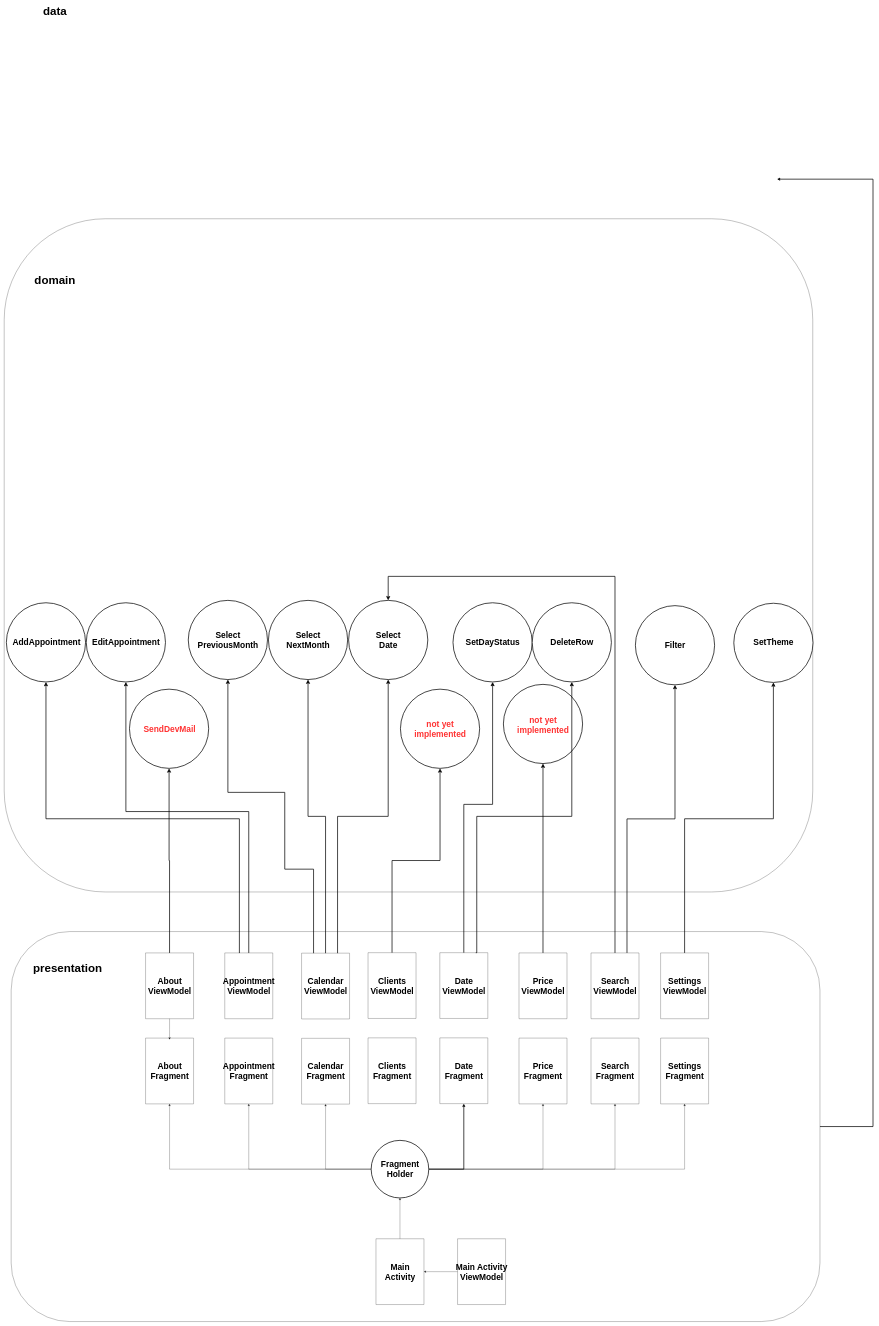
The draw.io diagram Диаграмма без названия.drawio in lemmiwinks1551/MySchedule, before the edit. Source tidied: cells renumbered, new cells numbered last; positions are measured from the earlier drawing's top-left corner, leaving out a move shared by most shapes. Both pictures are drawn from the tidied source at 24%, with x=0, y=0 at pixel (4, 6).
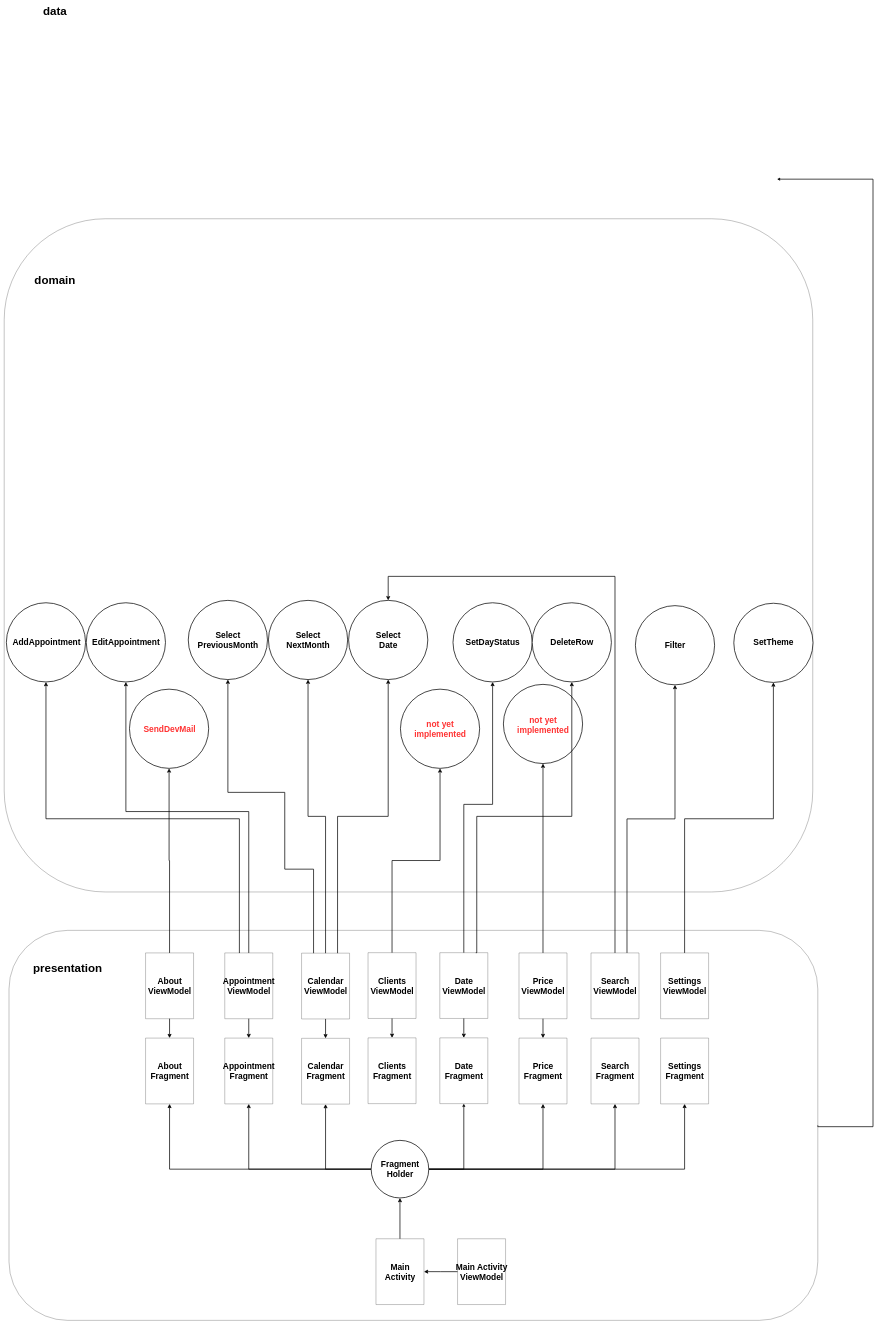
Above is the later version.

The change refers to these unchanged cells:
```xml
<mxCell id="34" style="swimlane;startSize=0;" parent="1" vertex="1">
  <mxGeometry x="1239" y="3945" width="200" height="274.1" as="geometry" />
</mxCell>
<mxCell id="35" style="swimlane;startSize=0;" parent="1" vertex="1">
  <mxGeometry x="1239" y="4299.9" width="200" height="274.1" as="geometry" />
</mxCell>
<mxCell id="39" style="swimlane;startSize=0;" parent="1" vertex="1">
  <mxGeometry x="919" y="3944" width="200" height="274.1" as="geometry" />
</mxCell>
<mxCell id="40" style="swimlane;startSize=0;" parent="1" vertex="1">
  <mxGeometry x="919" y="4298.9" width="200" height="274.1" as="geometry" />
</mxCell>
<mxCell id="44" style="swimlane;startSize=0;" parent="1" vertex="1">
  <mxGeometry x="1815" y="3943" width="200" height="274.1" as="geometry" />
</mxCell>
<mxCell id="45" style="swimlane;startSize=0;" parent="1" vertex="1">
  <mxGeometry x="1815" y="4297.9" width="200" height="274.1" as="geometry" />
</mxCell>
<mxCell id="48" style="swimlane;startSize=0;fontSize=35;" parent="1" vertex="1">
  <mxGeometry x="2145" y="3944" width="200" height="274.1" as="geometry" />
</mxCell>
<mxCell id="49" style="swimlane;startSize=0;" parent="1" vertex="1">
  <mxGeometry x="2145" y="4298.9" width="200" height="274.1" as="geometry" />
</mxCell>
<mxCell id="54" style="swimlane;startSize=0;" parent="1" vertex="1">
  <mxGeometry x="2445" y="4298.9" width="200" height="274.1" as="geometry" />
</mxCell>
<mxCell id="58" style="swimlane;startSize=0;" parent="1" vertex="1">
  <mxGeometry x="2735" y="4298.9" width="200" height="274.1" as="geometry" />
</mxCell>
<mxCell id="61" style="swimlane;startSize=0;" parent="1" vertex="1">
  <mxGeometry x="1889" y="5135" width="200" height="274.1" as="geometry" />
</mxCell>
<mxCell id="71" style="swimlane;startSize=0;" parent="1" vertex="1">
  <mxGeometry x="589" y="3944" width="200" height="274.1" as="geometry" />
</mxCell>
<mxCell id="72" style="swimlane;startSize=0;" parent="1" vertex="1">
  <mxGeometry x="589" y="4298.9" width="200" height="274.1" as="geometry" />
</mxCell>
<mxCell id="80" style="swimlane;startSize=0;" parent="1" vertex="1">
  <mxGeometry x="1549" y="5135" width="200" height="274.1" as="geometry" />
</mxCell>
<mxCell id="84" style="ellipse;whiteSpace=wrap;html=1;strokeWidth=3;fontSize=48;" parent="1" vertex="1">
  <mxGeometry x="1529" y="4725" width="240" height="240" as="geometry" />
</mxCell>
<mxCell id="88" style="swimlane;startSize=0;" parent="1" vertex="1">
  <mxGeometry x="1516" y="3943" width="200" height="274.1" as="geometry" />
</mxCell>
<mxCell id="89" style="swimlane;startSize=0;" parent="1" vertex="1">
  <mxGeometry x="1516" y="4297.9" width="200" height="274.1" as="geometry" />
</mxCell>
```

Diff of the diagram source:
```diff
@@
+    <mxCell id="16" style="rounded=1;whiteSpace=wrap;html=1;" parent="1" vertex="1">
+      <mxGeometry x="20" y="3850" width="3370" height="1625" as="geometry" />
+    </mxCell>
@@
-    <mxCell id="16" style="rounded=1;whiteSpace=wrap;html=1;" parent="1" vertex="1">
-      <mxGeometry x="29" y="3855" width="3370" height="1625" as="geometry" />
-    </mxCell>
@@
-    <mxCell id="60" style="edgeStyle=orthogonalEdgeStyle;rounded=0;jettySize=auto;html=1;entryX=1;entryY=0.5;entryDx=0;entryDy=0;fontSize=48;" parent="1" edge="1" source="61" target="80">
+    <mxCell id="60" style="edgeStyle=orthogonalEdgeStyle;rounded=0;jettySize=auto;html=1;entryX=1;entryY=0.5;entryDx=0;entryDy=0;fontSize=48;strokeWidth=3;endSize=10;" parent="1" edge="1" source="61" target="80">
       <mxGeometry relative="1" as="geometry" />
     </mxCell>
@@
-    <mxCell id="63" style="edgeStyle=orthogonalEdgeStyle;rounded=0;jettySize=auto;html=1;entryX=0.5;entryY=1;entryDx=0;entryDy=0;fontSize=48;" parent="1" edge="1" source="84" target="72">
+    <mxCell id="63" style="edgeStyle=orthogonalEdgeStyle;rounded=0;jettySize=auto;html=1;entryX=0.5;entryY=1;entryDx=0;entryDy=0;fontSize=48;endSize=10;strokeWidth=3;" parent="1" edge="1" source="84" target="72">
       <mxGeometry relative="1" as="geometry" />
     </mxCell>
-    <mxCell id="64" style="edgeStyle=orthogonalEdgeStyle;rounded=0;jettySize=auto;html=1;entryX=0.5;entryY=1;entryDx=0;entryDy=0;fontSize=48;" parent="1" edge="1" source="84" target="40">
+    <mxCell id="64" style="edgeStyle=orthogonalEdgeStyle;rounded=0;jettySize=auto;html=1;entryX=0.5;entryY=1;entryDx=0;entryDy=0;fontSize=48;strokeWidth=3;endSize=10;" parent="1" edge="1" source="84" target="40">
       <mxGeometry relative="1" as="geometry" />
     </mxCell>
-    <mxCell id="65" style="edgeStyle=orthogonalEdgeStyle;rounded=0;jettySize=auto;html=1;entryX=0.5;entryY=1;entryDx=0;entryDy=0;fontSize=48;" parent="1" edge="1" source="84" target="35">
+    <mxCell id="65" style="edgeStyle=orthogonalEdgeStyle;rounded=0;jettySize=auto;html=1;entryX=0.5;entryY=1;entryDx=0;entryDy=0;fontSize=48;strokeWidth=3;endSize=10;" parent="1" edge="1" source="84" target="35">
       <mxGeometry relative="1" as="geometry" />
     </mxCell>
-    <mxCell id="66" style="edgeStyle=orthogonalEdgeStyle;rounded=0;jettySize=auto;html=1;entryX=0.5;entryY=1;entryDx=0;entryDy=0;fontSize=48;" parent="1" edge="1" source="84" target="49">
+    <mxCell id="66" style="edgeStyle=orthogonalEdgeStyle;rounded=0;jettySize=auto;html=1;entryX=0.5;entryY=1;entryDx=0;entryDy=0;fontSize=48;strokeWidth=3;endSize=10;" parent="1" edge="1" source="84" target="49">
       <mxGeometry relative="1" as="geometry" />
     </mxCell>
-    <mxCell id="67" style="edgeStyle=orthogonalEdgeStyle;rounded=0;jettySize=auto;html=1;entryX=0.5;entryY=1;entryDx=0;entryDy=0;fontSize=48;" parent="1" edge="1" source="84" target="54">
+    <mxCell id="67" style="edgeStyle=orthogonalEdgeStyle;rounded=0;jettySize=auto;html=1;entryX=0.5;entryY=1;entryDx=0;entryDy=0;fontSize=48;strokeWidth=3;endSize=10;" parent="1" edge="1" source="84" target="54">
       <mxGeometry relative="1" as="geometry" />
     </mxCell>
-    <mxCell id="68" style="edgeStyle=orthogonalEdgeStyle;rounded=0;jettySize=auto;html=1;entryX=0.5;entryY=1;entryDx=0;entryDy=0;fontSize=48;" parent="1" edge="1" source="84" target="58">
+    <mxCell id="68" style="edgeStyle=orthogonalEdgeStyle;rounded=0;jettySize=auto;html=1;entryX=0.5;entryY=1;entryDx=0;entryDy=0;fontSize=48;strokeWidth=3;endSize=10;" parent="1" edge="1" source="84" target="58">
       <mxGeometry relative="1" as="geometry" />
     </mxCell>
-    <mxCell id="69" style="edgeStyle=orthogonalEdgeStyle;rounded=0;jettySize=auto;html=1;fontSize=48;" parent="1" edge="1" source="71">
-      <mxGeometry relative="1" as="geometry">
-        <mxPoint x="689" y="4305" as="targetPoint" />
-      </mxGeometry>
-    </mxCell>
@@
+    <mxCell id="102" style="edgeStyle=orthogonalEdgeStyle;rounded=0;jettySize=auto;html=1;entryX=0.5;entryY=0;entryDx=0;entryDy=0;strokeWidth=3;endSize=10;" parent="1" edge="1" source="71" target="72">
+      <mxGeometry relative="1" as="geometry">
+        <Array as="points">
+          <mxPoint x="690" y="4299" />
+        </Array>
+      </mxGeometry>
+    </mxCell>
@@
-    <mxCell id="81" style="edgeStyle=orthogonalEdgeStyle;rounded=0;jettySize=auto;html=1;fontSize=48;" parent="1" edge="1" source="80" target="84">
+    <mxCell id="81" style="edgeStyle=orthogonalEdgeStyle;rounded=0;jettySize=auto;html=1;fontSize=48;strokeWidth=3;endSize=10;" parent="1" edge="1" source="80" target="84">
       <mxGeometry relative="1" as="geometry" />
     </mxCell>
@@
+    <mxCell id="103" style="edgeStyle=orthogonalEdgeStyle;rounded=0;jettySize=auto;html=1;entryX=0.5;entryY=0;entryDx=0;entryDy=0;strokeWidth=3;endSize=10;exitX=0.5;exitY=1;exitDx=0;exitDy=0;" parent="1" edge="1" source="39" target="40">
+      <mxGeometry relative="1" as="geometry" />
+    </mxCell>
+    <mxCell id="104" style="edgeStyle=orthogonalEdgeStyle;rounded=0;jettySize=auto;html=1;entryX=0.5;entryY=0;entryDx=0;entryDy=0;strokeWidth=3;endSize=10;exitX=0.5;exitY=1;exitDx=0;exitDy=0;" parent="1" edge="1" source="34" target="35">
+      <mxGeometry relative="1" as="geometry" />
+    </mxCell>
+    <mxCell id="105" style="edgeStyle=orthogonalEdgeStyle;rounded=0;jettySize=auto;html=1;entryX=0.5;entryY=0;entryDx=0;entryDy=0;strokeWidth=3;endSize=10;exitX=0.5;exitY=1;exitDx=0;exitDy=0;" parent="1" edge="1" source="88" target="89">
+      <mxGeometry relative="1" as="geometry" />
+    </mxCell>
+    <mxCell id="106" style="edgeStyle=orthogonalEdgeStyle;rounded=0;jettySize=auto;html=1;entryX=0.5;entryY=0;entryDx=0;entryDy=0;strokeWidth=3;endSize=10;exitX=0.5;exitY=1;exitDx=0;exitDy=0;jumpSize=11;" parent="1" edge="1" source="44" target="45">
+      <mxGeometry relative="1" as="geometry" />
+    </mxCell>
+    <mxCell id="107" style="edgeStyle=orthogonalEdgeStyle;rounded=0;jettySize=auto;html=1;entryX=0.5;entryY=0;entryDx=0;entryDy=0;strokeWidth=3;endSize=10;exitX=0.5;exitY=1;exitDx=0;exitDy=0;" parent="1" edge="1" source="48" target="49">
+      <mxGeometry relative="1" as="geometry" />
+    </mxCell>
```
